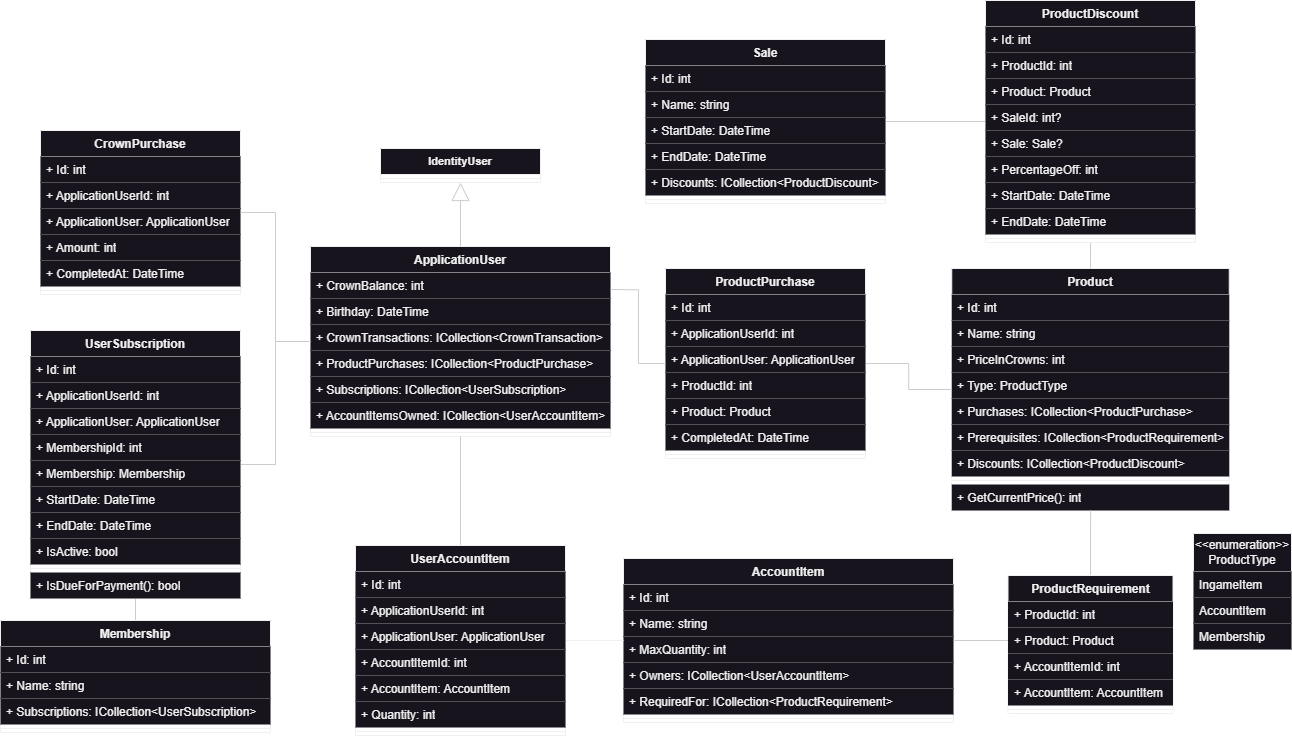
This is ClassDiagram.png from rpeixe/AspNetCore-MvcStore, a draw.io export, as it was before one commit. Source tidied: cells renumbered, new cells last; positions are measured from the earlier drawing's top-left corner, leaving out a move shared by most shapes.
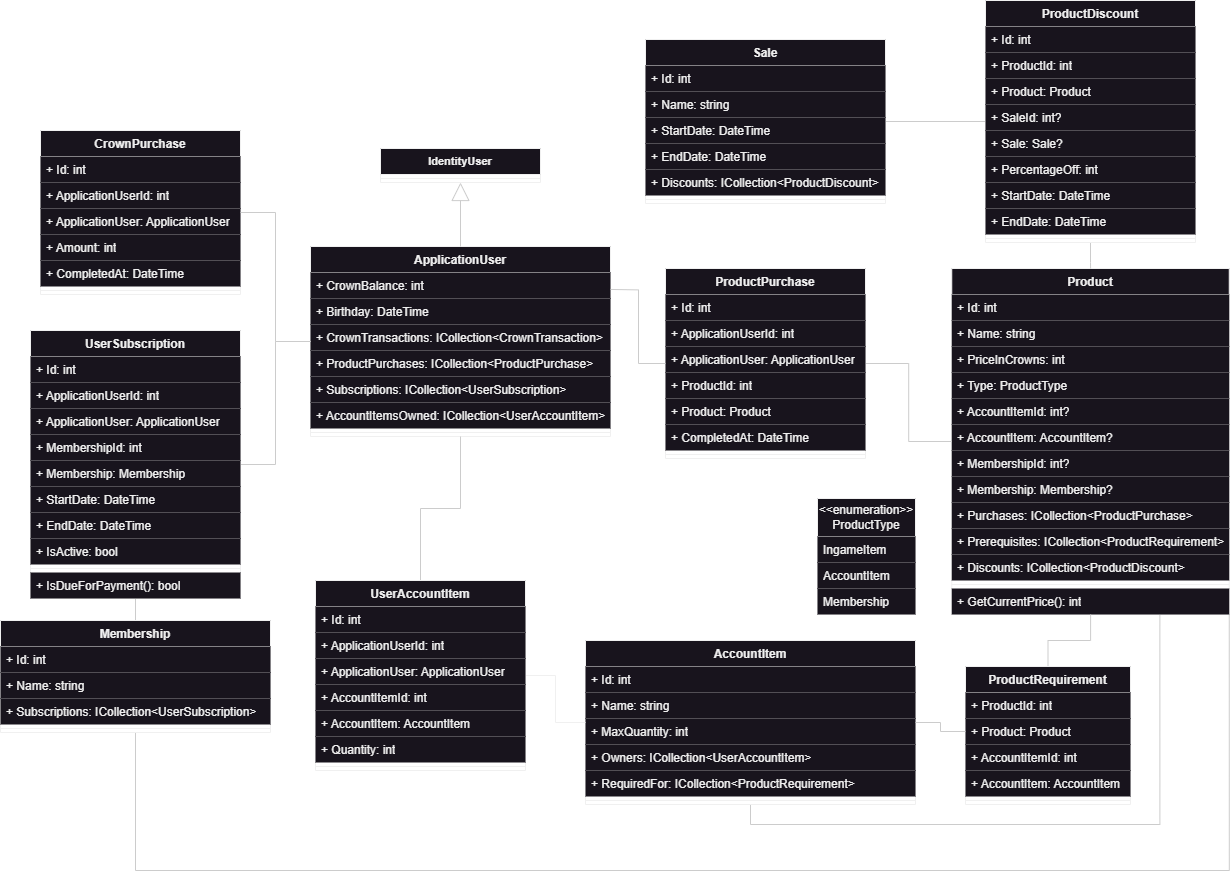
After the change.

Commit message:
Added relations between Product and AccountItem / Membership

Diff of the diagram source:
```diff
@@ -47,8 +47,19 @@
     <mxCell id="16" style="line;strokeWidth=1;fillColor=default;align=left;verticalAlign=middle;spacingTop=-1;spacingLeft=3;spacingRight=3;labelPosition=right;strokeColor=inherit;" parent="10" vertex="1">
       <mxGeometry y="156" width="200" height="8" as="geometry" />
     </mxCell>
+    <mxCell id="107" style="edgeStyle=orthogonalEdgeStyle;shape=connector;rounded=0;jettySize=auto;html=1;strokeColor=#CCCCCC;align=center;verticalAlign=middle;fontFamily=Helvetica;fontSize=11;fontColor=default;labelBackgroundColor=default;endArrow=none;exitX=0.75;exitY=1;exitDx=0;exitDy=0;entryX=0.5;entryY=1;entryDx=0;entryDy=0;" parent="1" edge="1" source="17" target="57">
+      <mxGeometry relative="1" as="geometry" />
+    </mxCell>
+    <mxCell id="108" style="edgeStyle=orthogonalEdgeStyle;shape=connector;rounded=0;jettySize=auto;html=1;strokeColor=#CCCCCC;align=center;verticalAlign=middle;fontFamily=Helvetica;fontSize=11;fontColor=default;labelBackgroundColor=default;endArrow=none;exitX=1;exitY=1;exitDx=0;exitDy=0;entryX=0.5;entryY=1;entryDx=0;entryDy=0;" parent="1" edge="1" source="17" target="86">
+      <mxGeometry relative="1" as="geometry">
+        <Array as="points">
+          <mxPoint x="1229" y="870" />
+          <mxPoint x="135" y="870" />
+        </Array>
+      </mxGeometry>
+    </mxCell>
     <mxCell id="17" value="Product" style="swimlane;fontStyle=1;align=center;verticalAlign=top;horizontal=1;startSize=26;whiteSpace=wrap;html=1;swimlaneLine=1;rounded=0;glass=0;shadow=0;fillColor=default;" parent="1" vertex="1">
-      <mxGeometry x="951.2" y="268" width="277.5" height="242" as="geometry" />
+      <mxGeometry x="951.2" y="268" width="277.5" height="346" as="geometry" />
     </mxCell>
     <mxCell id="18" value="+ Id: int" style="text;strokeColor=none;fillColor=default;align=left;verticalAlign=top;spacingLeft=4;spacingRight=4;overflow=hidden;whiteSpace=wrap;html=1;" parent="17" vertex="1">
       <mxGeometry y="26" width="277.5" height="26" as="geometry" />
@@ -62,20 +73,32 @@
     <mxCell id="21" value="+ Type: ProductType" style="text;strokeColor=none;fillColor=default;align=left;verticalAlign=top;spacingLeft=4;spacingRight=4;overflow=hidden;whiteSpace=wrap;html=1;" parent="17" vertex="1">
       <mxGeometry y="104" width="277.5" height="26" as="geometry" />
     </mxCell>
+    <mxCell id="109" value="+ AccountItemId: int?" style="text;strokeColor=none;fillColor=default;align=left;verticalAlign=top;spacingLeft=4;spacingRight=4;overflow=hidden;whiteSpace=wrap;html=1;" parent="17" vertex="1">
+      <mxGeometry y="130" width="277.5" height="26" as="geometry" />
+    </mxCell>
+    <mxCell id="110" value="+ AccountItem: AccountItem?" style="text;strokeColor=none;fillColor=default;align=left;verticalAlign=top;spacingLeft=4;spacingRight=4;overflow=hidden;whiteSpace=wrap;html=1;" parent="17" vertex="1">
+      <mxGeometry y="156" width="277.5" height="26" as="geometry" />
+    </mxCell>
+    <mxCell id="111" value="+ MembershipId: int?" style="text;strokeColor=none;fillColor=default;align=left;verticalAlign=top;spacingLeft=4;spacingRight=4;overflow=hidden;whiteSpace=wrap;html=1;" parent="17" vertex="1">
+      <mxGeometry y="182" width="277.5" height="26" as="geometry" />
+    </mxCell>
+    <mxCell id="112" value="+ Membership: Membership?" style="text;strokeColor=none;fillColor=default;align=left;verticalAlign=top;spacingLeft=4;spacingRight=4;overflow=hidden;whiteSpace=wrap;html=1;" parent="17" vertex="1">
+      <mxGeometry y="208" width="277.5" height="26" as="geometry" />
+    </mxCell>
     <mxCell id="22" value="+ Purchases: ICollection&amp;lt;ProductPurchase&amp;gt;" style="text;strokeColor=none;fillColor=default;align=left;verticalAlign=top;spacingLeft=4;spacingRight=4;overflow=hidden;whiteSpace=wrap;html=1;" parent="17" vertex="1">
-      <mxGeometry y="130" width="277.5" height="26" as="geometry" />
+      <mxGeometry y="234" width="277.5" height="26" as="geometry" />
     </mxCell>
     <mxCell id="23" value="+ Prerequisites: ICollection&amp;lt;ProductRequirement&amp;gt;" style="text;strokeColor=none;fillColor=default;align=left;verticalAlign=top;spacingLeft=4;spacingRight=4;overflow=hidden;whiteSpace=wrap;html=1;" parent="17" vertex="1">
-      <mxGeometry y="156" width="277.5" height="26" as="geometry" />
+      <mxGeometry y="260" width="277.5" height="26" as="geometry" />
     </mxCell>
     <mxCell id="24" value="+ Discounts: ICollection&amp;lt;ProductDiscount&amp;gt;" style="text;strokeColor=none;fillColor=default;align=left;verticalAlign=top;spacingLeft=4;spacingRight=4;overflow=hidden;whiteSpace=wrap;html=1;" parent="17" vertex="1">
-      <mxGeometry y="182" width="277.5" height="26" as="geometry" />
+      <mxGeometry y="286" width="277.5" height="26" as="geometry" />
     </mxCell>
     <mxCell id="25" style="line;strokeWidth=1;fillColor=default;align=left;verticalAlign=middle;spacingTop=-1;spacingLeft=3;spacingRight=3;labelPosition=right;strokeColor=inherit;" parent="17" vertex="1">
-      <mxGeometry y="208" width="277.5" height="8" as="geometry" />
+      <mxGeometry y="312" width="277.5" height="8" as="geometry" />
     </mxCell>
     <mxCell id="26" value="+ GetCurrentPrice(): int" style="text;strokeColor=none;fillColor=default;align=left;verticalAlign=top;spacingLeft=4;spacingRight=4;overflow=hidden;whiteSpace=wrap;html=1;" parent="17" vertex="1">
-      <mxGeometry y="216" width="277.5" height="26" as="geometry" />
+      <mxGeometry y="320" width="277.5" height="26" as="geometry" />
     </mxCell>
     <mxCell id="27" style="endArrow=none;html=1;edgeStyle=orthogonalEdgeStyle;rounded=0;strokeColor=#CCCCCC;" parent="1" edge="1" source="10" target="2">
       <mxGeometry relative="1" as="geometry" />
@@ -170,7 +193,7 @@
       <mxGeometry y="234" width="210" height="8" as="geometry" />
     </mxCell>
     <mxCell id="57" value="AccountItem" style="swimlane;fontStyle=1;align=center;verticalAlign=top;horizontal=1;startSize=26;whiteSpace=wrap;html=1;fillColor=default;" parent="1" vertex="1">
-      <mxGeometry x="623" y="558" width="330" height="164" as="geometry" />
+      <mxGeometry x="585" y="640" width="330" height="164" as="geometry" />
     </mxCell>
     <mxCell id="58" value="+ Id: int" style="text;strokeColor=none;fillColor=default;align=left;verticalAlign=top;spacingLeft=4;spacingRight=4;overflow=hidden;whiteSpace=wrap;html=1;" parent="57" vertex="1">
       <mxGeometry y="26" width="330" height="26" as="geometry" />
@@ -197,7 +220,7 @@
       <mxGeometry relative="1" as="geometry" />
     </mxCell>
     <mxCell id="66" value="UserAccountItem" style="swimlane;fontStyle=1;align=center;verticalAlign=top;horizontal=1;startSize=26;whiteSpace=wrap;html=1;fillColor=default;" parent="1" vertex="1">
-      <mxGeometry x="355" y="545" width="210" height="190" as="geometry" />
+      <mxGeometry x="315" y="580" width="210" height="190" as="geometry" />
     </mxCell>
     <mxCell id="67" value="+ Id: int" style="text;strokeColor=none;fillColor=default;align=left;verticalAlign=top;spacingLeft=4;spacingRight=4;overflow=hidden;whiteSpace=wrap;html=1;" parent="66" vertex="1">
       <mxGeometry y="26" width="210" height="26" as="geometry" />
@@ -233,7 +256,7 @@
       <mxGeometry relative="1" as="geometry" />
     </mxCell>
     <mxCell id="78" value="ProductRequirement" style="swimlane;fontStyle=1;align=center;verticalAlign=top;horizontal=1;startSize=26;whiteSpace=wrap;html=1;fillColor=default;" parent="1" vertex="1">
-      <mxGeometry x="1007.5" y="575" width="165" height="138" as="geometry" />
+      <mxGeometry x="965" y="666" width="165" height="138" as="geometry" />
     </mxCell>
     <mxCell id="79" value="+ ProductId: int" style="text;strokeColor=none;fillColor=default;align=left;verticalAlign=top;spacingLeft=4;spacingRight=4;overflow=hidden;whiteSpace=wrap;html=1;" parent="78" vertex="1">
       <mxGeometry y="26" width="165" height="26" as="geometry" />
@@ -308,7 +331,7 @@
       <mxGeometry y="242" width="210" height="26" as="geometry" />
     </mxCell>
     <mxCell id="103" value="&lt;div&gt;&amp;lt;&amp;lt;enumeration&amp;gt;&amp;gt;&lt;/div&gt;ProductType" style="swimlane;fontStyle=0;horizontal=1;startSize=38;fillColor=default;whiteSpace=wrap;html=1;swimlaneLine=1;strokeColor=default;" parent="1" vertex="1">
-      <mxGeometry x="1193" y="533" width="98" height="116" as="geometry" />
+      <mxGeometry x="817" y="498" width="98" height="116" as="geometry" />
     </mxCell>
     <mxCell id="104" value="IngameItem" style="text;strokeColor=none;fillColor=default;align=left;verticalAlign=top;spacingLeft=4;spacingRight=4;overflow=hidden;whiteSpace=wrap;html=1;" parent="103" vertex="1">
       <mxGeometry y="38" width="98" height="26" as="geometry" />
```
